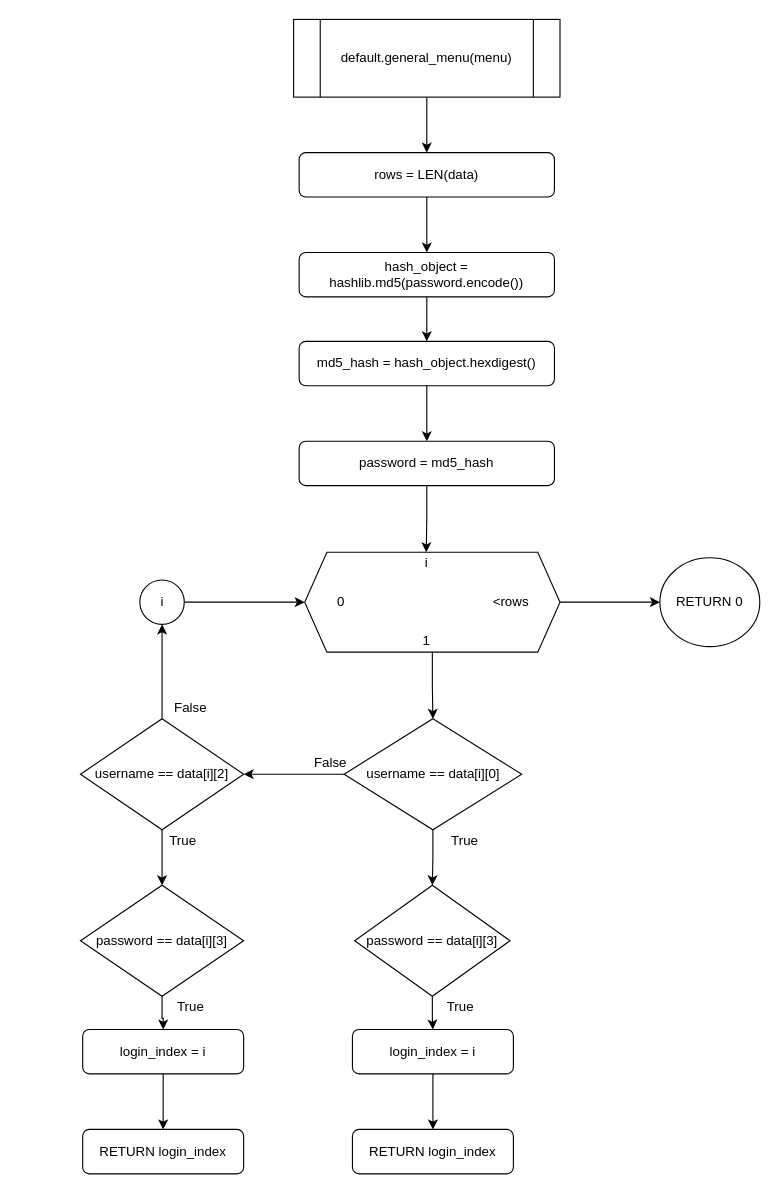
This is Flowchart/default/check_password.drawio from RabbitBear00/Car-Rental-System, a draw.io file, before an edit. Source tidied: cells renumbered, new cells numbered last; positions are measured from the earlier drawing's top-left corner, leaving out a move shared by most shapes. Both pictures are drawn from the tidied source at 111%, with x=0, y=0 at pixel (80, 19).
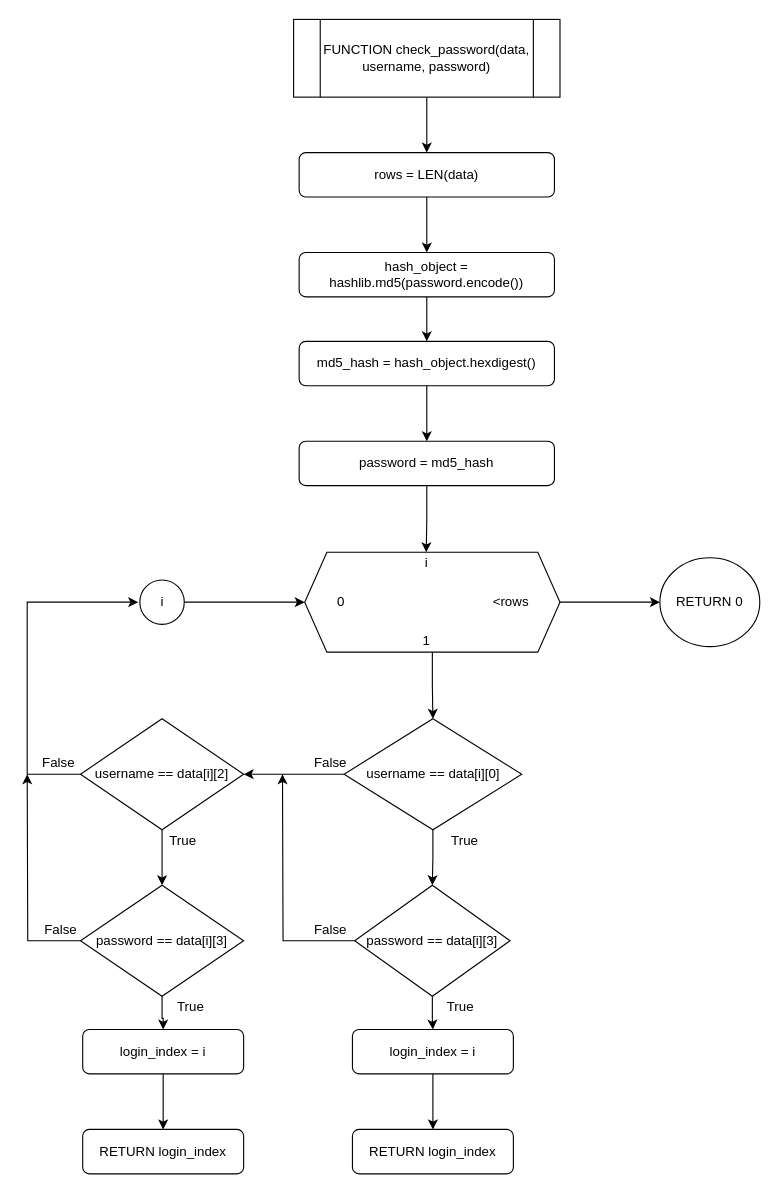
After the change.

The change refers to these unchanged cells:
```xml
<mxCell id="23" value="password == data[i][3]" style="rhombus;whiteSpace=wrap;html=1;" parent="1" vertex="1">
  <mxGeometry x="247" y="780" width="140" height="100" as="geometry" />
</mxCell>
<mxCell id="31" value="username == data[i][2]" style="rhombus;whiteSpace=wrap;html=1;" parent="1" vertex="1">
  <mxGeometry y="630" width="147" height="100" as="geometry" />
</mxCell>
<mxCell id="33" value="password == data[i][3]" style="rhombus;whiteSpace=wrap;html=1;" parent="1" vertex="1">
  <mxGeometry y="780" width="147" height="100" as="geometry" />
</mxCell>
<mxCell id="41" value="i" style="ellipse;whiteSpace=wrap;html=1;" parent="1" vertex="1">
  <mxGeometry x="53.5" y="505" width="40" height="40" as="geometry" />
</mxCell>
```

What changed in the source:
```diff
@@
-    <mxCell id="3" value="default.general_menu(menu)" style="shape=process;whiteSpace=wrap;html=1;backgroundOutline=1;" parent="1" vertex="1">
+    <mxCell id="3" value="FUNCTION check_password(data, username, password)" style="shape=process;whiteSpace=wrap;html=1;backgroundOutline=1;" parent="1" vertex="1">
       <mxGeometry x="192" width="240" height="70" as="geometry" />
     </mxCell>
@@
+    <mxCell id="45" style="edgeStyle=orthogonalEdgeStyle;rounded=0;jettySize=auto;html=1;" parent="1" edge="1" source="23">
+      <mxGeometry relative="1" as="geometry">
+        <mxPoint x="182" y="680" as="targetPoint" />
+      </mxGeometry>
+    </mxCell>
@@
-    <mxCell id="30" style="edgeStyle=orthogonalEdgeStyle;rounded=0;jettySize=auto;html=1;entryX=0.5;entryY=1;entryDx=0;entryDy=0;" parent="1" edge="1" source="31" target="41">
-      <mxGeometry relative="1" as="geometry" />
+    <mxCell id="30" style="edgeStyle=orthogonalEdgeStyle;rounded=0;jettySize=auto;html=1;" parent="1" edge="1" source="31">
+      <mxGeometry relative="1" as="geometry">
+        <mxPoint x="52" y="525" as="targetPoint" />
+        <Array as="points">
+          <mxPoint x="-48" y="680" />
+          <mxPoint x="-48" y="525" />
+        </Array>
+      </mxGeometry>
     </mxCell>
@@
+    <mxCell id="46" style="edgeStyle=orthogonalEdgeStyle;rounded=0;jettySize=auto;html=1;" parent="1" edge="1" source="33">
+      <mxGeometry relative="1" as="geometry">
+        <mxPoint x="-48" y="680" as="targetPoint" />
+      </mxGeometry>
+    </mxCell>
@@
     <mxCell id="42" value="False" style="text;html=1;align=center;verticalAlign=middle;strokeColor=none;rotation=0;" parent="1" vertex="1">
-      <mxGeometry x="79" y="610" width="40" height="20" as="geometry" />
+      <mxGeometry x="-40" y="660" width="40" height="20" as="geometry" />
     </mxCell>
@@
+    <mxCell id="47" value="False" style="text;html=1;align=center;verticalAlign=middle;strokeColor=none;" parent="1" vertex="1">
+      <mxGeometry x="205" y="810" width="40" height="20" as="geometry" />
+    </mxCell>
+    <mxCell id="48" value="False" style="text;html=1;align=center;verticalAlign=middle;strokeColor=none;rotation=0;" parent="1" vertex="1">
+      <mxGeometry x="-38" y="810" width="40" height="20" as="geometry" />
+    </mxCell>
```
